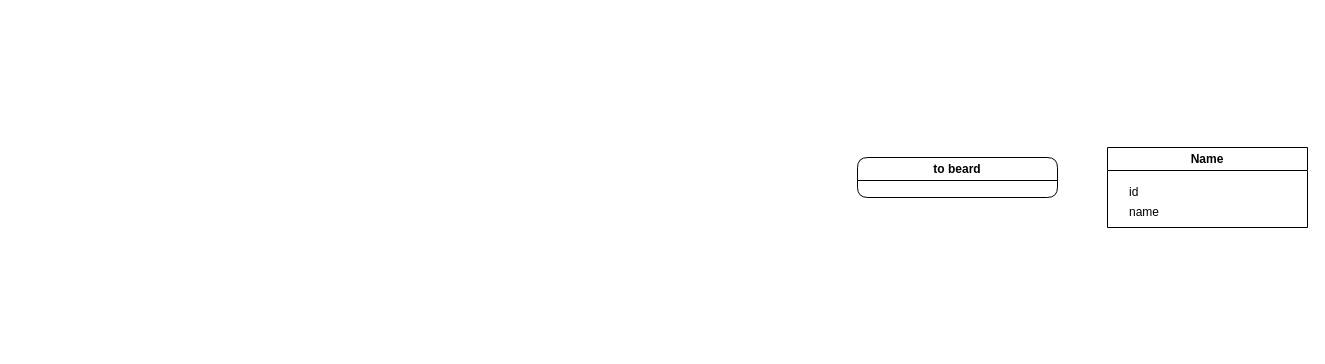
The draw.io diagram test.drawio in Aloeverras/mcd_destock, before the edit. Source tidied: cells renumbered, new cells numbered last; positions are measured from the earlier drawing's top-left corner, leaving out a move shared by most shapes. Both pictures are drawn from the tidied source at 100%, with x=0, y=0 at pixel (857, 147).
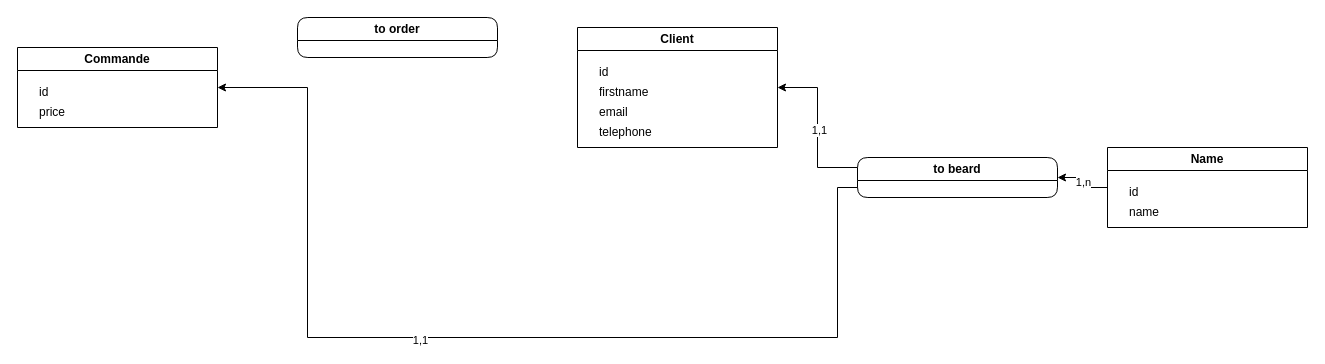
After the change.

Commit message (it also covers changes not shown here):
Mettre à jour test.drawio

Unchanged cells that the change refers to:
```xml
<mxCell id="2" value="Name" style="swimlane;whiteSpace=wrap;html=1;" parent="1" vertex="1">
  <mxGeometry x="250" width="200" height="80" as="geometry" />
</mxCell>
<mxCell id="5" value="to beard" style="swimlane;whiteSpace=wrap;html=1;rounded=1;" parent="1" vertex="1">
  <mxGeometry y="10" width="200" height="40" as="geometry" />
</mxCell>
```

The edit, as a diff of the source:
```diff
@@
+    <mxCell id="6" style="edgeStyle=orthogonalEdgeStyle;rounded=0;jettySize=auto;html=1;entryX=1;entryY=0.5;entryDx=0;entryDy=0;" parent="1" edge="1" source="2" target="5">
+      <mxGeometry relative="1" as="geometry" />
+    </mxCell>
+    <mxCell id="7" value="1,n" style="edgeLabel;html=1;align=center;verticalAlign=middle;" parent="6" vertex="1">
+      <mxGeometry x="0.03" relative="1" as="geometry" />
+    </mxCell>
@@
+    <mxCell id="8" style="edgeStyle=orthogonalEdgeStyle;rounded=0;jettySize=auto;html=1;exitX=0;exitY=0.25;exitDx=0;exitDy=0;entryX=1;entryY=0.5;entryDx=0;entryDy=0;" parent="1" edge="1" source="5" target="12">
+      <mxGeometry relative="1" as="geometry" />
+    </mxCell>
+    <mxCell id="9" value="1,1" style="edgeLabel;html=1;align=center;verticalAlign=middle;" parent="8" vertex="1">
+      <mxGeometry x="-0.03" y="-1" relative="1" as="geometry" />
+    </mxCell>
+    <mxCell id="10" style="edgeStyle=orthogonalEdgeStyle;rounded=0;jettySize=auto;html=1;exitX=0;exitY=0.75;exitDx=0;exitDy=0;entryX=1;entryY=0.5;entryDx=0;entryDy=0;" parent="1" edge="1" source="5" target="17">
+      <mxGeometry relative="1" as="geometry">
+        <Array as="points">
+          <mxPoint x="-20" y="40" />
+          <mxPoint x="-20" y="190" />
+          <mxPoint x="-550" y="190" />
+          <mxPoint x="-550" y="-60" />
+        </Array>
+      </mxGeometry>
+    </mxCell>
+    <mxCell id="11" value="1,1" style="edgeLabel;html=1;align=center;verticalAlign=middle;" parent="10" vertex="1">
+      <mxGeometry x="0.13" y="2" relative="1" as="geometry" />
+    </mxCell>
@@
+    <mxCell id="12" value="Client" style="swimlane;whiteSpace=wrap;html=1;" parent="1" vertex="1">
+      <mxGeometry x="-280" y="-120" width="200" height="120" as="geometry" />
+    </mxCell>
+    <mxCell id="13" value="id" style="text;html=1;align=left;verticalAlign=middle;strokeColor=none;fillColor=none;" parent="12" vertex="1">
+      <mxGeometry x="20" y="30" width="30" height="30" as="geometry" />
+    </mxCell>
+    <mxCell id="14" value="firstname" style="text;html=1;align=left;verticalAlign=middle;strokeColor=none;fillColor=none;" parent="12" vertex="1">
+      <mxGeometry x="20" y="50" width="70" height="30" as="geometry" />
+    </mxCell>
+    <mxCell id="15" value="email" style="text;html=1;align=left;verticalAlign=middle;strokeColor=none;fillColor=none;" parent="12" vertex="1">
+      <mxGeometry x="20" y="70" width="50" height="30" as="geometry" />
+    </mxCell>
+    <mxCell id="16" value="telephone" style="text;html=1;align=left;verticalAlign=middle;strokeColor=none;fillColor=none;" parent="12" vertex="1">
+      <mxGeometry x="20" y="90" width="80" height="30" as="geometry" />
+    </mxCell>
+    <mxCell id="17" value="Commande" style="swimlane;whiteSpace=wrap;html=1;startSize=23;" parent="1" vertex="1">
+      <mxGeometry x="-840" y="-100" width="200" height="80" as="geometry" />
+    </mxCell>
+    <mxCell id="18" value="id" style="text;html=1;align=left;verticalAlign=middle;strokeColor=none;fillColor=none;" parent="17" vertex="1">
+      <mxGeometry x="20" y="30" width="30" height="30" as="geometry" />
+    </mxCell>
+    <mxCell id="19" value="price" style="text;html=1;align=left;verticalAlign=middle;strokeColor=none;fillColor=none;" parent="17" vertex="1">
+      <mxGeometry x="20" y="50" width="50" height="30" as="geometry" />
+    </mxCell>
+    <mxCell id="20" value="to order" style="swimlane;whiteSpace=wrap;html=1;rounded=1;" parent="1" vertex="1">
+      <mxGeometry x="-560" y="-130" width="200" height="40" as="geometry" />
+    </mxCell>
```
